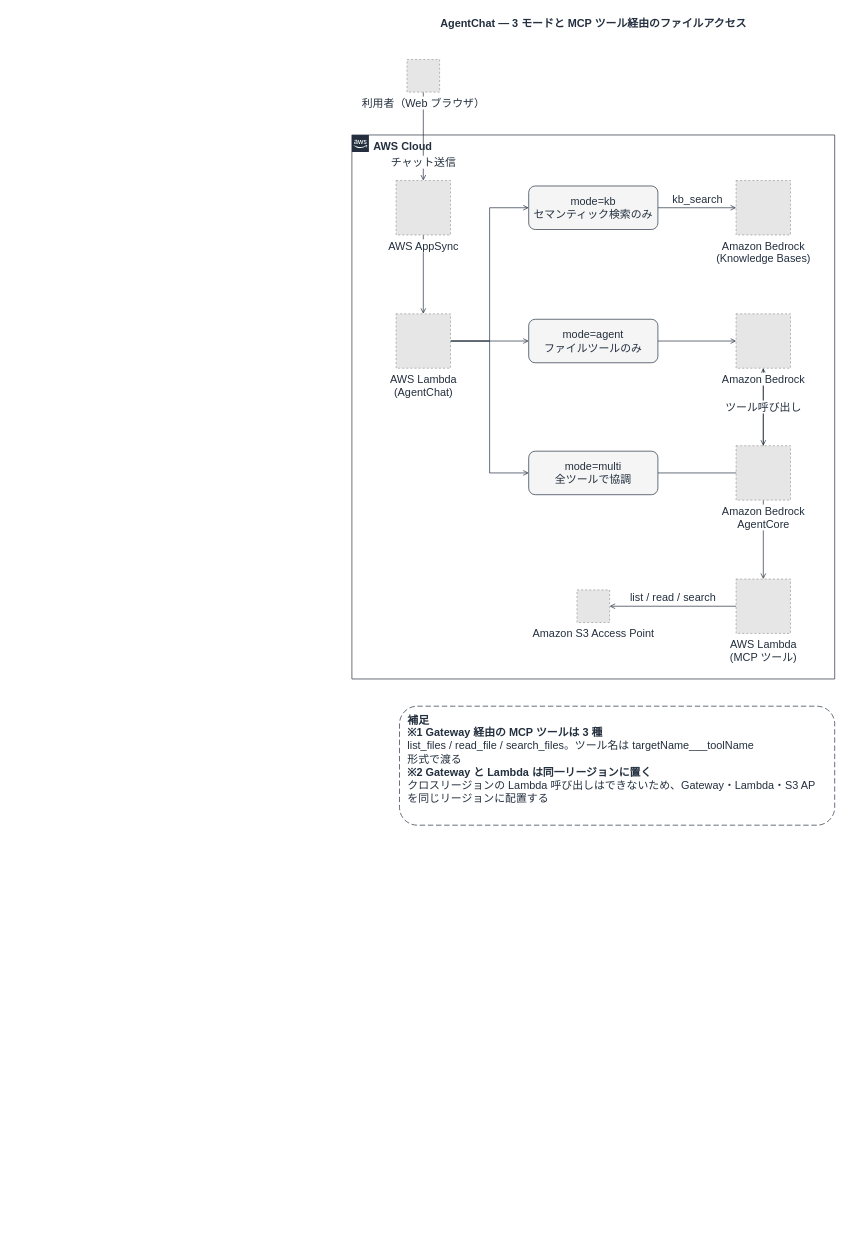
This is docs/diagrams/part3-agentchat-modes.drawio from Yoshiki0705/FSx-for-ONTAP-S3AccessPoints-Serverless-Patterns, a draw.io file, before an edit. Source tidied: cells renumbered, new cells numbered last; positions are measured from the earlier drawing's top-left corner, leaving out a move shared by most shapes. Both pictures are drawn from the tidied source at 68%, with x=0, y=0 at pixel (352, 12). Pictures stored in the file or linked from it are replaced by grey dashed boxes.
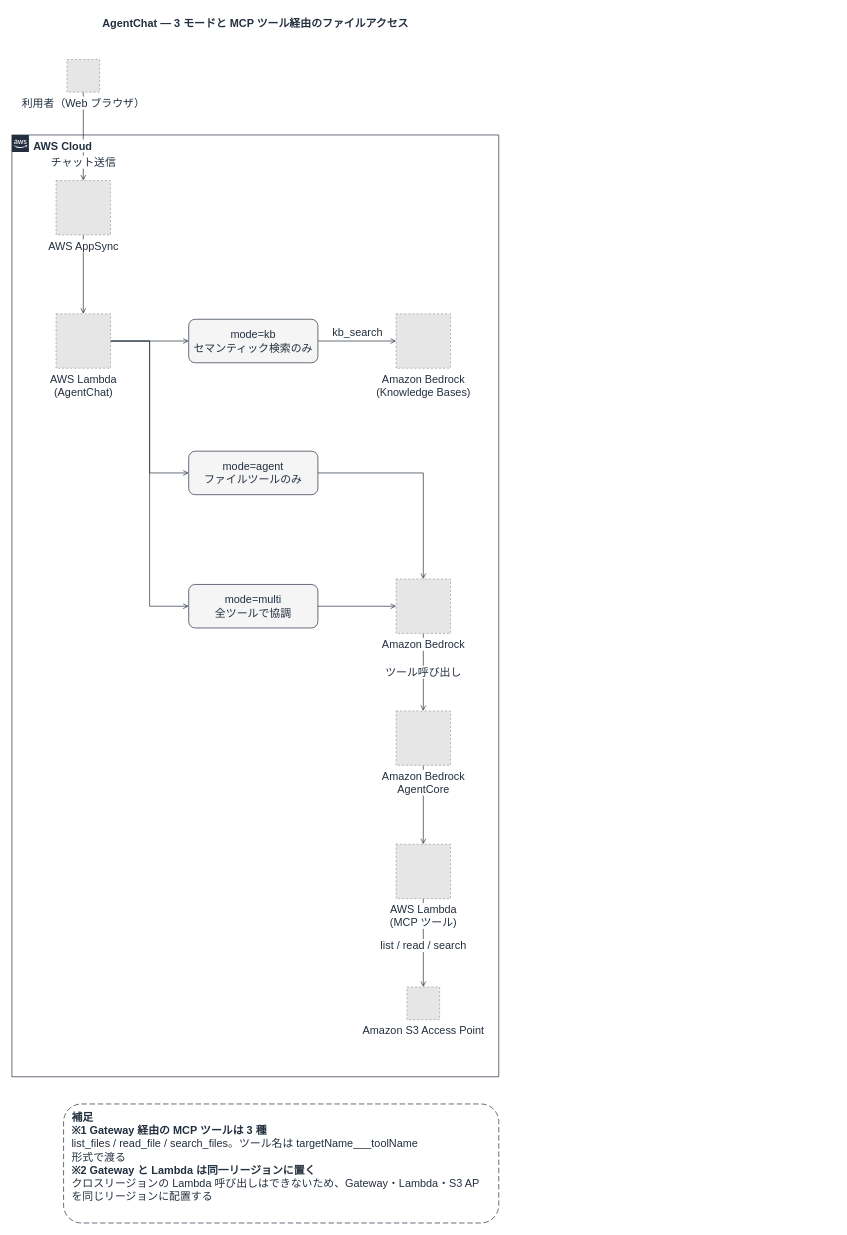
The same page after the edit.

What changed in the source:
```diff
@@
     <mxCell id="2" value="AgentChat — 3 モードと MCP ツール経由のファイルアクセス" style="text;html=1;align=center;verticalAlign=middle;fontSize=16;fontStyle=1;fontColor=#232F3E;" parent="1" vertex="1">
-      <mxGeometry width="710" height="34" as="geometry" />
+      <mxGeometry x="-500" width="716" height="34" as="geometry" />
     </mxCell>
-    <mxCell id="3" value="AWS Cloud" style="gradientColor=none;html=1;whiteSpace=wrap;fontSize=16;fontStyle=1;shape=mxgraph.aws4.group;grIcon=mxgraph.aws4.group_aws_cloud_alt;strokeColor=#232F3E;fillColor=none;verticalAlign=top;align=left;spacingLeft=30;fontColor=#232F3E;dashed=0;" parent="1" vertex="1">
-      <mxGeometry y="181" width="710" height="800" as="geometry" />
-    </mxCell>
@@
     <mxCell id="14" value="list / read / search" style="edgeStyle=orthogonalEdgeStyle;rounded=0;jettySize=auto;html=1;endArrow=open;endFill=0;strokeColor=#232F3E;strokeWidth=1;fontSize=16;fontColor=#232F3E;labelBackgroundColor=#ffffff;" parent="1" edge="1" source="24" target="25">
       <mxGeometry relative="1" as="geometry">
-        <mxPoint y="-13" as="offset" />
+        <mxPoint y="4" as="offset" />
       </mxGeometry>
     </mxCell>
+    <mxCell id="3" value="AWS Cloud" style="gradientColor=none;html=1;whiteSpace=wrap;fontSize=16;fontStyle=1;shape=mxgraph.aws4.group;grIcon=mxgraph.aws4.group_aws_cloud_alt;strokeColor=#232F3E;fillColor=none;verticalAlign=top;align=left;spacingLeft=30;fontColor=#232F3E;dashed=0;labelBackgroundColor=#FFFFFF;" parent="1" vertex="1">
+      <mxGeometry x="-500" y="181" width="716" height="1385" as="geometry" />
+    </mxCell>
     <mxCell id="15" value="利用者（Web ブラウザ）" style="fillColor=#E6E6E6;strokeColor=#999999;dashed=1;html=1;verticalLabelPosition=bottom;verticalAlign=top;labelPosition=center;align=center;fontSize=16;fontColor=#232F3E;labelBackgroundColor=#FFFFFF;" parent="1" vertex="1">
-      <mxGeometry x="81" y="70" width="48" height="48" as="geometry" />
+      <mxGeometry x="-419" y="70" width="48" height="48" as="geometry" />
     </mxCell>
     <mxCell id="16" value="AWS AppSync" style="fillColor=#E6E6E6;strokeColor=#999999;dashed=1;html=1;verticalLabelPosition=bottom;verticalAlign=top;labelPosition=center;align=center;fontSize=16;fontColor=#232F3E;labelBackgroundColor=#FFFFFF;" parent="1" vertex="1">
-      <mxGeometry x="65" y="248" width="80" height="80" as="geometry" />
+      <mxGeometry x="-435" y="248" width="80" height="80" as="geometry" />
     </mxCell>
     <mxCell id="17" value="AWS Lambda&lt;br&gt;(AgentChat)" style="fillColor=#E6E6E6;strokeColor=#999999;dashed=1;html=1;verticalLabelPosition=bottom;verticalAlign=top;labelPosition=center;align=center;fontSize=16;fontColor=#232F3E;labelBackgroundColor=#FFFFFF;" parent="1" vertex="1">
-      <mxGeometry x="65" y="444" width="80" height="80" as="geometry" />
+      <mxGeometry x="-435" y="444" width="80" height="80" as="geometry" />
     </mxCell>
     <mxCell id="18" value="mode=kb&lt;br&gt;セマンティック検索のみ" style="rounded=1;whiteSpace=wrap;html=1;dashed=0;strokeColor=#232F3E;fillColor=#F5F5F5;align=center;verticalAlign=middle;fontSize=16;fontColor=#232F3E;" parent="1" vertex="1">
-      <mxGeometry x="260" y="256" width="190" height="64" as="geometry" />
+      <mxGeometry x="-240" y="452" width="190" height="64" as="geometry" />
     </mxCell>
     <mxCell id="19" value="mode=agent&lt;br&gt;ファイルツールのみ" style="rounded=1;whiteSpace=wrap;html=1;dashed=0;strokeColor=#232F3E;fillColor=#F5F5F5;align=center;verticalAlign=middle;fontSize=16;fontColor=#232F3E;" parent="1" vertex="1">
-      <mxGeometry x="260" y="452" width="190" height="64" as="geometry" />
+      <mxGeometry x="-240" y="646" width="190" height="64" as="geometry" />
     </mxCell>
     <mxCell id="20" value="mode=multi&lt;br&gt;全ツールで協調" style="rounded=1;whiteSpace=wrap;html=1;dashed=0;strokeColor=#232F3E;fillColor=#F5F5F5;align=center;verticalAlign=middle;fontSize=16;fontColor=#232F3E;" parent="1" vertex="1">
-      <mxGeometry x="260" y="646" width="190" height="64" as="geometry" />
+      <mxGeometry x="-240" y="842" width="190" height="64" as="geometry" />
     </mxCell>
     <mxCell id="21" value="Amazon Bedrock&lt;br&gt;(Knowledge Bases)" style="fillColor=#E6E6E6;strokeColor=#999999;dashed=1;html=1;verticalLabelPosition=bottom;verticalAlign=top;labelPosition=center;align=center;fontSize=16;fontColor=#232F3E;labelBackgroundColor=#FFFFFF;" parent="1" vertex="1">
-      <mxGeometry x="565" y="248" width="80" height="80" as="geometry" />
+      <mxGeometry x="65" y="444" width="80" height="80" as="geometry" />
     </mxCell>
     <mxCell id="22" value="Amazon Bedrock" style="fillColor=#E6E6E6;strokeColor=#999999;dashed=1;html=1;verticalLabelPosition=bottom;verticalAlign=top;labelPosition=center;align=center;fontSize=16;fontColor=#232F3E;labelBackgroundColor=#FFFFFF;" parent="1" vertex="1">
-      <mxGeometry x="565" y="444" width="80" height="80" as="geometry" />
+      <mxGeometry x="65" y="834" width="80" height="80" as="geometry" />
     </mxCell>
     <mxCell id="23" value="Amazon Bedrock&lt;br&gt;AgentCore" style="fillColor=#E6E6E6;strokeColor=#999999;dashed=1;html=1;verticalLabelPosition=bottom;verticalAlign=top;labelPosition=center;align=center;fontSize=16;fontColor=#232F3E;labelBackgroundColor=#FFFFFF;" parent="1" vertex="1">
-      <mxGeometry x="565" y="638" width="80" height="80" as="geometry" />
+      <mxGeometry x="65" y="1028" width="80" height="80" as="geometry" />
     </mxCell>
     <mxCell id="24" value="AWS Lambda&lt;br&gt;(MCP ツール)" style="fillColor=#E6E6E6;strokeColor=#999999;dashed=1;html=1;verticalLabelPosition=bottom;verticalAlign=top;labelPosition=center;align=center;fontSize=16;fontColor=#232F3E;labelBackgroundColor=#FFFFFF;" parent="1" vertex="1">
-      <mxGeometry x="565" y="834" width="80" height="80" as="geometry" />
+      <mxGeometry x="65" y="1224" width="80" height="80" as="geometry" />
     </mxCell>
     <mxCell id="25" value="Amazon S3 Access Point" style="fillColor=#E6E6E6;strokeColor=#999999;dashed=1;html=1;verticalLabelPosition=bottom;verticalAlign=top;labelPosition=center;align=center;fontSize=16;fontColor=#232F3E;labelBackgroundColor=#FFFFFF;" parent="1" vertex="1">
-      <mxGeometry x="331" y="850" width="48" height="48" as="geometry" />
+      <mxGeometry x="81" y="1434" width="48" height="48" as="geometry" />
     </mxCell>
     <mxCell id="26" value="&lt;b&gt;補足&lt;/b&gt;&lt;br&gt;&lt;b&gt;※1 Gateway 経由の MCP ツールは 3 種&lt;/b&gt;&lt;br&gt;list_files / read_file / search_files。ツール名は targetName___toolName&lt;br&gt;形式で渡る&lt;br&gt;&lt;b&gt;※2 Gateway と Lambda は同一リージョンに置く&lt;/b&gt;&lt;br&gt;クロスリージョンの Lambda 呼び出しはできないため、Gateway・Lambda・S3 AP&lt;br&gt;を同じリージョンに配置する" style="rounded=1;whiteSpace=wrap;html=1;dashed=1;dashPattern=8 4;strokeColor=#232F3E;fillColor=#FFFFFF;align=left;verticalAlign=top;spacingLeft=10;spacingTop=4;fontSize=16;fontColor=#232F3E;" parent="1" vertex="1">
-      <mxGeometry x="70" y="1021" width="640" height="175" as="geometry" />
+      <mxGeometry x="-424" y="1606" width="640" height="175" as="geometry" />
     </mxCell>
```
